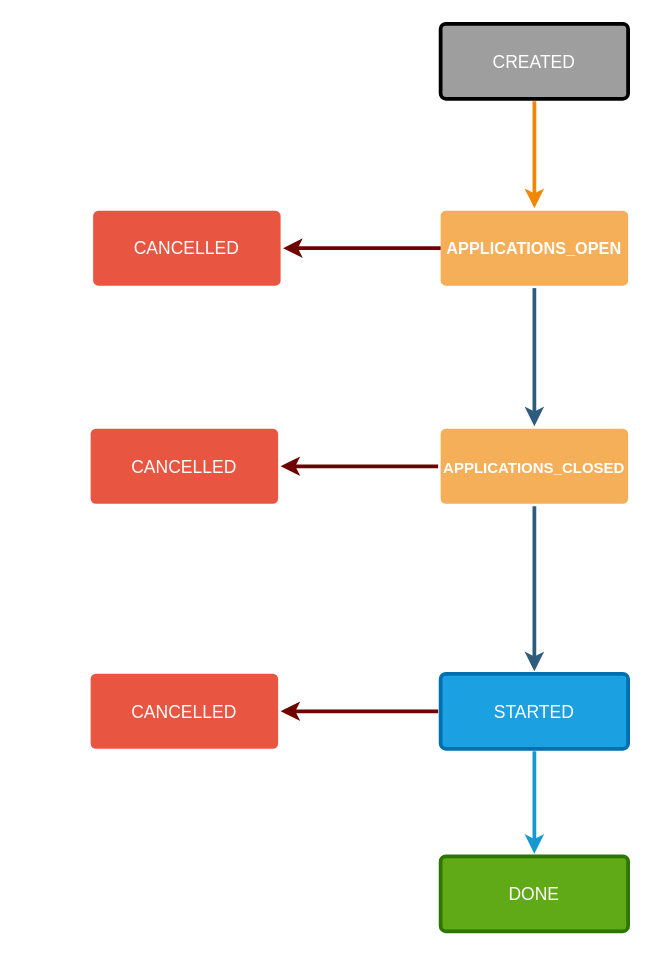
hermscoder/taskme-app keeps this draw.io diagram as diagrams/Untitled Diagram.drawio. Above is the earlier version. Source tidied: cells renumbered, new cells numbered last; positions are measured from the earlier drawing's top-left corner, leaving out a move shared by most shapes. Both pictures are drawn from the tidied source at 125%, with x=0, y=0 at pixel (90, 22).
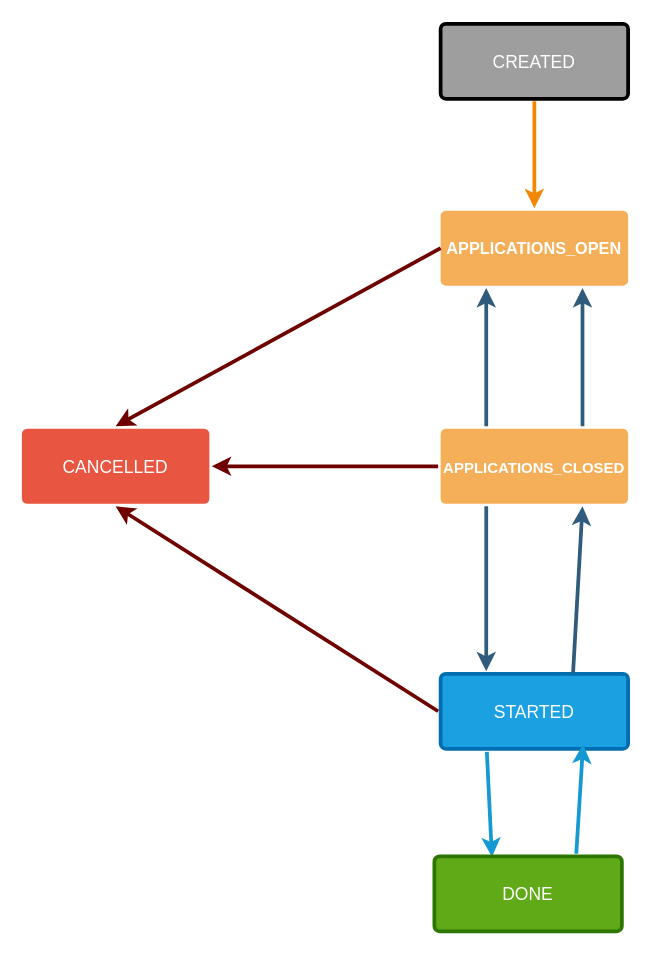
The same page after the edit.

The edit, as a diff of the source:
```diff
@@
 <mxGraphModel background="#ffffff">
   <root>
     <mxCell id="0" />
     <mxCell id="1" parent="0" />
-    <mxCell id="2" style="edgeStyle=none;rounded=0;jumpStyle=none;html=1;shadow=0;labelBackgroundColor=none;startArrow=none;startFill=0;endArrow=classic;endFill=1;jettySize=auto;strokeColor=#2F5B7C;strokeWidth=3;fontFamily=Helvetica;fontSize=16;fontColor=#23445D;spacing=5;exitX=0.5;exitY=1;exitDx=0;exitDy=0;entryX=0.5;entryY=0;entryDx=0;entryDy=0;" parent="1" edge="1" source="11" target="12">
+    <mxCell id="2" style="edgeStyle=none;rounded=0;jumpStyle=none;html=1;shadow=0;labelBackgroundColor=none;startArrow=none;startFill=0;endArrow=classic;endFill=1;jettySize=auto;strokeColor=#2F5B7C;strokeWidth=3;fontFamily=Helvetica;fontSize=16;fontColor=#23445D;spacing=5;exitX=0.25;exitY=0;exitDx=0;exitDy=0;entryX=0.25;entryY=1;entryDx=0;entryDy=0;" parent="1" edge="1" source="12" target="11">
       <mxGeometry relative="1" as="geometry" />
     </mxCell>
-    <mxCell id="3" style="edgeStyle=none;rounded=0;jumpStyle=none;html=1;shadow=0;labelBackgroundColor=none;startArrow=none;startFill=0;endArrow=classic;endFill=1;jettySize=auto;strokeColor=#2F5B7C;strokeWidth=3;fontFamily=Helvetica;fontSize=16;fontColor=#23445D;spacing=5;exitX=0.5;exitY=1;exitDx=0;exitDy=0;" parent="1" edge="1" source="12" target="7">
+    <mxCell id="3" style="edgeStyle=none;rounded=0;jumpStyle=none;html=1;shadow=0;labelBackgroundColor=none;startArrow=none;startFill=0;endArrow=classic;endFill=1;jettySize=auto;strokeColor=#2F5B7C;strokeWidth=3;fontFamily=Helvetica;fontSize=16;fontColor=#23445D;spacing=5;exitX=0.25;exitY=1;exitDx=0;exitDy=0;entryX=0.25;entryY=0;entryDx=0;entryDy=0;" parent="1" edge="1" source="12" target="7">
       <mxGeometry relative="1" as="geometry" />
     </mxCell>
-    <mxCell id="4" style="edgeStyle=none;rounded=0;jumpStyle=none;html=1;shadow=0;labelBackgroundColor=none;startArrow=none;startFill=0;endArrow=classic;endFill=1;jettySize=auto;strokeColor=#6F0000;strokeWidth=3;fontFamily=Helvetica;fontSize=16;fontColor=#23445D;spacing=5;exitX=0;exitY=0.5;exitDx=0;exitDy=0;fillColor=#a20025;" parent="1" edge="1" source="12" target="5">
+    <mxCell id="4" style="edgeStyle=none;rounded=0;jumpStyle=none;html=1;shadow=0;labelBackgroundColor=none;startArrow=none;startFill=0;endArrow=classic;endFill=1;jettySize=auto;strokeColor=#6F0000;strokeWidth=3;fontFamily=Helvetica;fontSize=16;fontColor=#23445D;spacing=5;exitX=0;exitY=0.5;exitDx=0;exitDy=0;fillColor=#a20025;entryX=1;entryY=0.5;entryDx=0;entryDy=0;" parent="1" edge="1" source="12" target="16">
       <mxGeometry relative="1" as="geometry" />
     </mxCell>
-    <mxCell id="5" value="CANCELLED" style="rounded=1;whiteSpace=wrap;html=1;shadow=0;labelBackgroundColor=none;strokeColor=none;strokeWidth=3;fillColor=#e85642;fontFamily=Helvetica;fontSize=14;fontColor=#FFFFFF;align=center;spacing=5;fontStyle=0;arcSize=7;perimeterSpacing=2;" parent="1" vertex="1">
-      <mxGeometry y="324.5" width="150" height="60" as="geometry" />
-    </mxCell>
-    <mxCell id="6" style="edgeStyle=none;rounded=0;jumpStyle=none;html=1;shadow=0;labelBackgroundColor=none;startArrow=none;startFill=0;endArrow=classic;endFill=1;jettySize=auto;strokeColor=#1699D3;strokeWidth=3;fontFamily=Helvetica;fontSize=14;fontColor=#FFFFFF;spacing=5;" parent="1" edge="1" source="7" target="8">
-      <mxGeometry relative="1" as="geometry" />
+    <mxCell id="6" style="edgeStyle=none;rounded=0;jumpStyle=none;html=1;shadow=0;labelBackgroundColor=none;startArrow=none;startFill=0;endArrow=classic;endFill=1;jettySize=auto;strokeColor=#1699D3;strokeWidth=3;fontFamily=Helvetica;fontSize=14;fontColor=#FFFFFF;spacing=5;entryX=0.312;entryY=0.039;entryDx=0;entryDy=0;entryPerimeter=0;" parent="1" edge="1" target="8">
+      <mxGeometry relative="1" as="geometry">
+        <mxPoint x="317" y="583" as="sourcePoint" />
+      </mxGeometry>
     </mxCell>
     <mxCell id="7" value="STARTED" style="rounded=1;whiteSpace=wrap;html=1;shadow=0;labelBackgroundColor=none;strokeColor=#006EAF;strokeWidth=3;fillColor=#1ba1e2;fontFamily=Helvetica;fontSize=14;align=center;spacing=5;fontStyle=0;arcSize=7;perimeterSpacing=2;fontColor=#ffffff;" parent="1" vertex="1">
       <mxGeometry x="280" y="520.5" width="150" height="60" as="geometry" />
     </mxCell>
     <mxCell id="8" value="DONE" style="rounded=1;whiteSpace=wrap;html=1;shadow=0;labelBackgroundColor=none;strokeColor=#2D7600;strokeWidth=3;fillColor=#60a917;fontFamily=Helvetica;fontSize=14;fontColor=#ffffff;align=center;spacing=5;arcSize=7;perimeterSpacing=2;" parent="1" vertex="1">
-      <mxGeometry x="280" y="666.5" width="150" height="60" as="geometry" />
+      <mxGeometry x="275" y="666.5" width="150" height="60" as="geometry" />
     </mxCell>
     <mxCell id="9" value="CREATED" style="rounded=1;whiteSpace=wrap;html=1;shadow=0;labelBackgroundColor=none;strokeWidth=3;fontFamily=Helvetica;fontSize=14;align=center;spacing=5;arcSize=7;perimeterSpacing=2;fontStyle=0;fontColor=#FFFFFF;fillColor=#9E9E9E;" parent="1" vertex="1">
       <mxGeometry x="280" y="0.5" width="150" height="60" as="geometry" />
     </mxCell>
     <mxCell id="10" style="edgeStyle=none;rounded=0;jumpStyle=none;html=1;shadow=0;labelBackgroundColor=none;startArrow=none;startFill=0;endArrow=classic;endFill=1;jettySize=auto;strokeColor=#F08705;strokeWidth=3;fontFamily=Helvetica;fontSize=14;fontColor=#FFFFFF;spacing=5;entryX=0.5;entryY=0;entryDx=0;entryDy=0;exitX=0.5;exitY=1;exitDx=0;exitDy=0;" parent="1" edge="1" source="9" target="11">
       <mxGeometry relative="1" as="geometry" />
     </mxCell>
     <mxCell id="11" value="&lt;span style=&quot;font-size: 13px; font-weight: 700;&quot;&gt;APPLICATIONS_OPEN&lt;/span&gt;" style="rounded=1;whiteSpace=wrap;html=1;shadow=0;labelBackgroundColor=none;strokeColor=none;strokeWidth=3;fillColor=#f5af58;fontFamily=Helvetica;fontSize=14;align=center;spacing=5;arcSize=7;perimeterSpacing=2;fontColor=#FFFFFF;" parent="1" vertex="1">
       <mxGeometry x="280" y="150" width="150" height="60" as="geometry" />
     </mxCell>
     <mxCell id="12" value="&lt;span style=&quot;font-weight: 700&quot;&gt;&lt;font style=&quot;font-size: 12px&quot;&gt;APPLICATIONS_CLOSED&lt;/font&gt;&lt;/span&gt;" style="rounded=1;whiteSpace=wrap;html=1;shadow=0;labelBackgroundColor=none;strokeColor=none;strokeWidth=3;fillColor=#f5af58;fontFamily=Helvetica;fontSize=14;align=center;spacing=5;arcSize=7;perimeterSpacing=2;fontColor=#FFFFFF;" parent="1" vertex="1">
       <mxGeometry x="280" y="324.5" width="150" height="60" as="geometry" />
     </mxCell>
-    <mxCell id="13" style="edgeStyle=none;rounded=0;jumpStyle=none;html=1;shadow=0;labelBackgroundColor=none;startArrow=none;startFill=0;endArrow=classic;endFill=1;jettySize=auto;strokeColor=#6F0000;strokeWidth=3;fontFamily=Helvetica;fontSize=16;fontColor=#23445D;spacing=5;exitX=0;exitY=0.5;exitDx=0;exitDy=0;fillColor=#a20025;" parent="1" edge="1" target="14">
+    <mxCell id="13" style="edgeStyle=none;rounded=0;jumpStyle=none;html=1;shadow=0;labelBackgroundColor=none;startArrow=none;startFill=0;endArrow=classic;endFill=1;jettySize=auto;strokeColor=#6F0000;strokeWidth=3;fontFamily=Helvetica;fontSize=16;fontColor=#23445D;spacing=5;exitX=0;exitY=0.5;exitDx=0;exitDy=0;fillColor=#a20025;entryX=0.5;entryY=0;entryDx=0;entryDy=0;" parent="1" edge="1" target="16">
       <mxGeometry relative="1" as="geometry">
         <mxPoint x="280" y="180" as="sourcePoint" />
       </mxGeometry>
     </mxCell>
-    <mxCell id="14" value="CANCELLED" style="rounded=1;whiteSpace=wrap;html=1;shadow=0;labelBackgroundColor=none;strokeColor=none;strokeWidth=3;fillColor=#e85642;fontFamily=Helvetica;fontSize=14;fontColor=#FFFFFF;align=center;spacing=5;fontStyle=0;arcSize=7;perimeterSpacing=2;" parent="1" vertex="1">
-      <mxGeometry x="2" y="150" width="150" height="60" as="geometry" />
-    </mxCell>
-    <mxCell id="15" style="edgeStyle=none;rounded=0;jumpStyle=none;html=1;shadow=0;labelBackgroundColor=none;startArrow=none;startFill=0;endArrow=classic;endFill=1;jettySize=auto;strokeColor=#6F0000;strokeWidth=3;fontFamily=Helvetica;fontSize=16;fontColor=#23445D;spacing=5;exitX=0;exitY=0.5;exitDx=0;exitDy=0;fillColor=#a20025;" parent="1" edge="1" target="16">
+    <mxCell id="15" style="edgeStyle=none;rounded=0;jumpStyle=none;html=1;shadow=0;labelBackgroundColor=none;startArrow=none;startFill=0;endArrow=classic;endFill=1;jettySize=auto;strokeColor=#6F0000;strokeWidth=3;fontFamily=Helvetica;fontSize=16;fontColor=#23445D;spacing=5;exitX=0;exitY=0.5;exitDx=0;exitDy=0;fillColor=#a20025;entryX=0.5;entryY=1;entryDx=0;entryDy=0;" parent="1" edge="1" target="16">
       <mxGeometry relative="1" as="geometry">
         <mxPoint x="278" y="550.5" as="sourcePoint" />
       </mxGeometry>
     </mxCell>
     <mxCell id="16" value="CANCELLED" style="rounded=1;whiteSpace=wrap;html=1;shadow=0;labelBackgroundColor=none;strokeColor=none;strokeWidth=3;fillColor=#e85642;fontFamily=Helvetica;fontSize=14;fontColor=#FFFFFF;align=center;spacing=5;fontStyle=0;arcSize=7;perimeterSpacing=2;" parent="1" vertex="1">
-      <mxGeometry y="520.5" width="150" height="60" as="geometry" />
+      <mxGeometry x="-55" y="324.5" width="150" height="60" as="geometry" />
     </mxCell>
+    <mxCell id="17" style="edgeStyle=none;rounded=0;jumpStyle=none;html=1;shadow=0;labelBackgroundColor=none;startArrow=none;startFill=0;endArrow=classic;endFill=1;jettySize=auto;strokeColor=#1699D3;strokeWidth=3;fontFamily=Helvetica;fontSize=14;fontColor=#FFFFFF;spacing=5;exitX=0.75;exitY=0;exitDx=0;exitDy=0;entryX=0.753;entryY=0.914;entryDx=0;entryDy=0;entryPerimeter=0;" parent="1" edge="1" source="8" target="7">
+      <mxGeometry relative="1" as="geometry" />
+    </mxCell>
+    <mxCell id="18" style="edgeStyle=none;rounded=0;jumpStyle=none;html=1;shadow=0;labelBackgroundColor=none;startArrow=none;startFill=0;endArrow=classic;endFill=1;jettySize=auto;strokeColor=#2F5B7C;strokeWidth=3;fontFamily=Helvetica;fontSize=16;fontColor=#23445D;spacing=5;exitX=0.701;exitY=0.023;exitDx=0;exitDy=0;exitPerimeter=0;entryX=0.75;entryY=1;entryDx=0;entryDy=0;" parent="1" edge="1" source="7" target="12">
+      <mxGeometry relative="1" as="geometry" />
+    </mxCell>
+    <mxCell id="19" style="edgeStyle=none;rounded=0;jumpStyle=none;html=1;shadow=0;labelBackgroundColor=none;startArrow=none;startFill=0;endArrow=classic;endFill=1;jettySize=auto;strokeColor=#2F5B7C;strokeWidth=3;fontFamily=Helvetica;fontSize=16;fontColor=#23445D;spacing=5;exitX=0.75;exitY=0;exitDx=0;exitDy=0;entryX=0.75;entryY=1;entryDx=0;entryDy=0;" parent="1" edge="1" source="12" target="11">
+      <mxGeometry relative="1" as="geometry" />
+    </mxCell>
   </root>
 </mxGraphModel>
```
